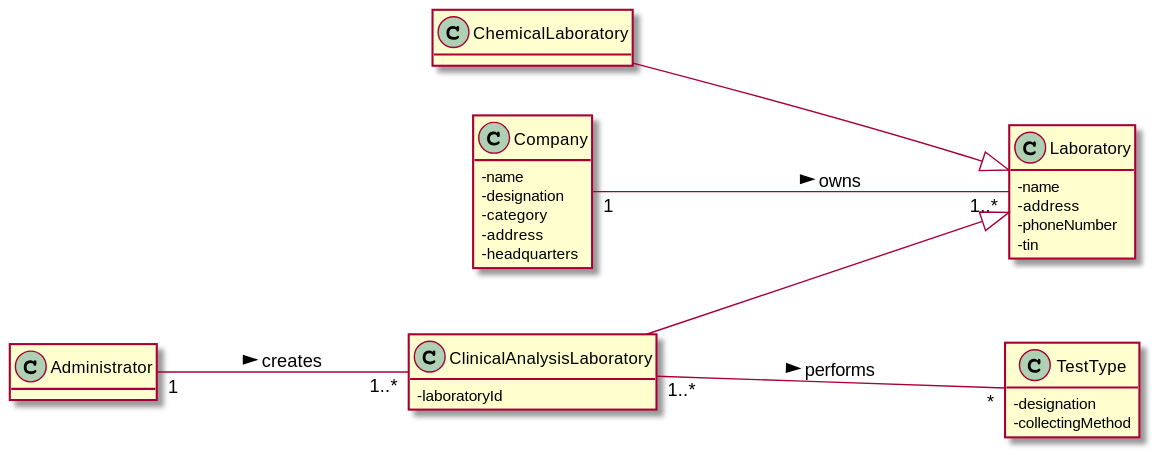
Before: docs/SprintB/US08/US08_MD.svg, a diagram exported from PlantUML (manu-07-ela/LAPR2_ISEP).
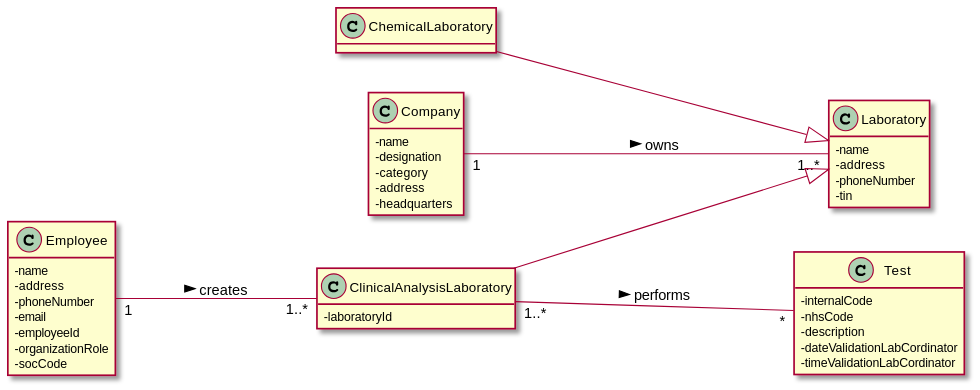
After the change.

The edit, as a diff of the source:
```diff
@@ -24,23 +24,32 @@
   -laboratoryId
 }
 
-class TestType{
--designation
--collectingMethod
+class Test{
+-internalCode
+-nhsCode
+-description
+-dateValidationLabCordinator
+-timeValidationLabCordinator
 }
 
 class ChemicalLaboratory{
 
 }
 
-class Administrator {
-
+class Employee{
+-name
+-address
+-phoneNumber
+-email
+-employeeId
+-organizationRole
+-socCode
 }
 
 Company "1"---- "1..*" Laboratory : owns >
 ClinicalAnalysisLaboratory ----|> Laboratory
-ClinicalAnalysisLaboratory "1..*"----"*" TestType : performs >
-Administrator "1"---"1..*"ClinicalAnalysisLaboratory : creates >
+ClinicalAnalysisLaboratory "1..*"----"*" Test : performs >
+Employee "1"---"1..*"ClinicalAnalysisLaboratory : creates >
 ChemicalLaboratory ----|> Laboratory
 
 
```
